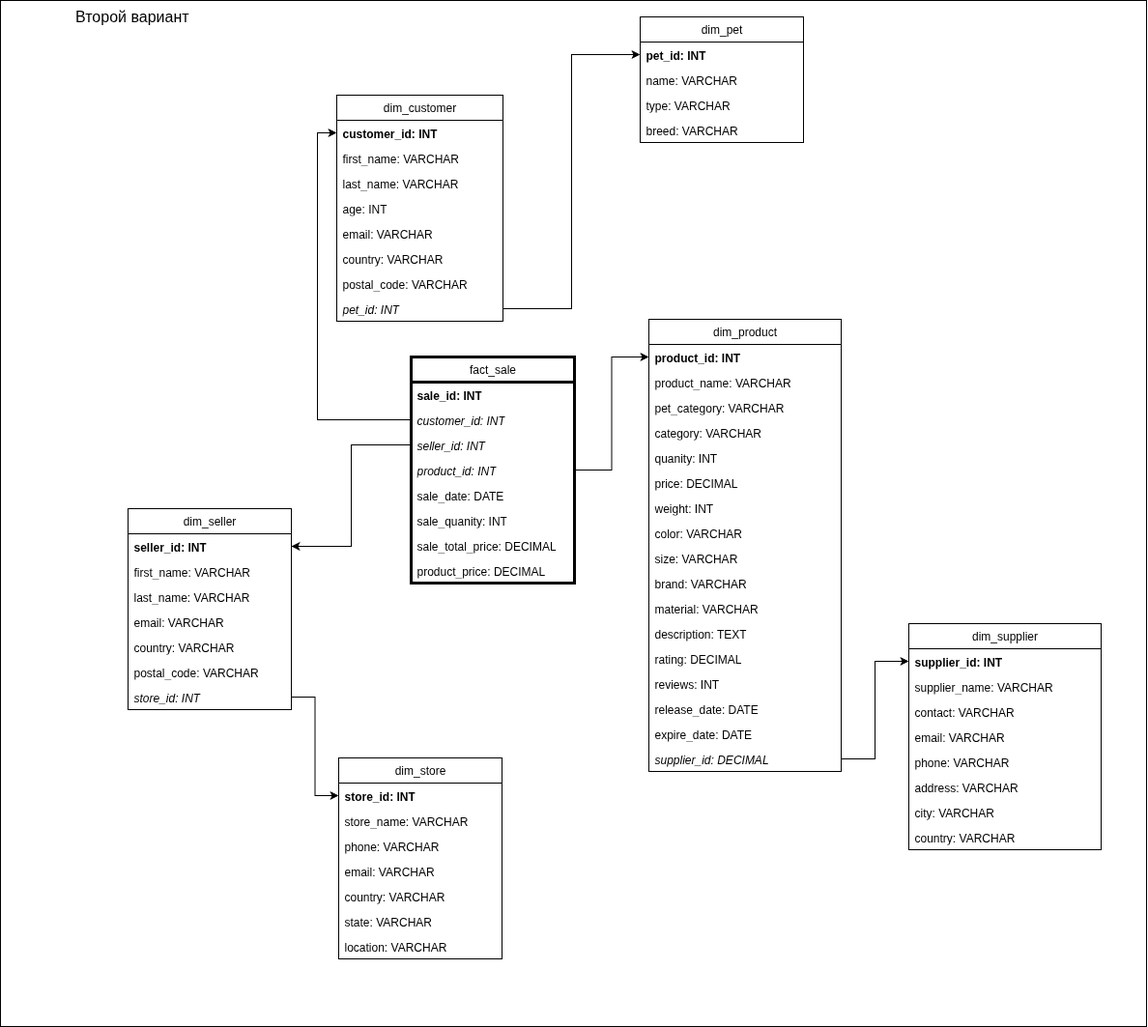
The draw.io diagram img/bd-snowflake_02.png in ivanboitsov/MAI_BD_Snowflake, before a commit. Source tidied: cells renumbered, new cells last; positions are measured from the earlier drawing's top-left corner, leaving out a move shared by most shapes.
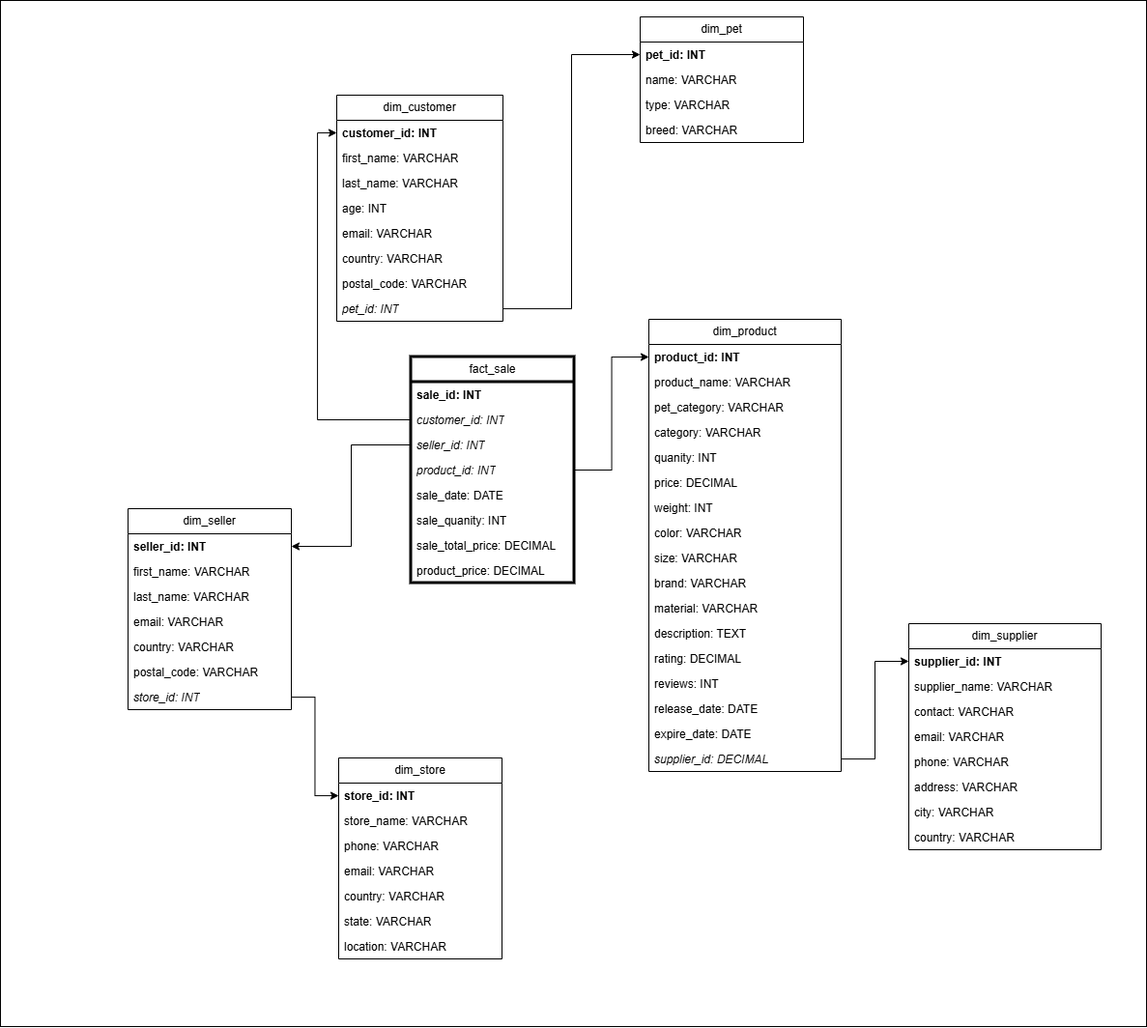
After the change.

The edit, as a diff of the source:
```diff
@@ -5,7 +5,7 @@
     <mxCell id="2" style="group;" parent="1" vertex="1">
       <mxGeometry width="1186" height="1062" as="geometry" />
     </mxCell>
-    <mxCell id="3" value="&lt;font style=&quot;font-size: 16px;&quot;&gt;&lt;span style=&quot;white-space: pre;&quot;&gt;&#9;&lt;/span&gt;&lt;span style=&quot;white-space: pre;&quot;&gt;&#9;&lt;/span&gt;&amp;nbsp;Второй вариант&lt;/font&gt;" style="rounded=1;whiteSpace=wrap;html=1;arcSize=0;fillColor=none;align=left;verticalAlign=top;" parent="2" vertex="1">
+    <mxCell id="3" style="rounded=1;whiteSpace=wrap;html=1;arcSize=0;fillColor=none;align=left;verticalAlign=top;" parent="2" vertex="1">
       <mxGeometry width="1186" height="1062" as="geometry" />
     </mxCell>
     <mxCell id="4" value="dim_product" style="swimlane;fontStyle=0;horizontal=1;startSize=26;fillColor=none;whiteSpace=wrap;html=1;" parent="2" vertex="1">
```
